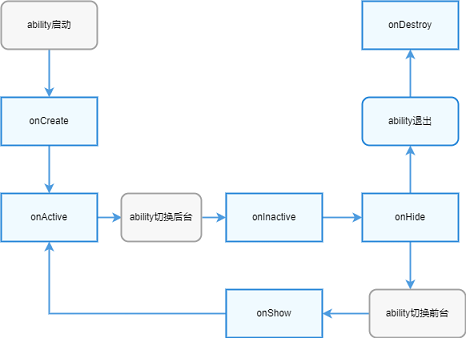
Earlier version of the draw.io export zh-cn/application-dev/ability/figures/fa-pageAbility-lifecycle.png (openharmony/docs). Source tidied: cells renumbered, new cells last; positions are measured from the earlier drawing's top-left corner, leaving out a move shared by most shapes. Its diagram source:
```xml
<mxGraphModel>
  <root>
    <mxCell id="0" />
    <mxCell id="1" parent="0" />
    <mxCell id="2" style="edgeStyle=orthogonalEdgeStyle;rounded=0;jettySize=auto;html=1;strokeWidth=2;strokeColor=#509de0;" parent="1" edge="1" source="3" target="12">
      <mxGeometry relative="1" as="geometry" />
    </mxCell>
    <mxCell id="3" value="onCreate" style="rounded=0;whiteSpace=wrap;html=1;strokeWidth=2;fillColor=#f0faff;strokeColor=#2787d9;" parent="1" vertex="1">
      <mxGeometry y="120" width="120" height="60" as="geometry" />
    </mxCell>
    <mxCell id="4" style="edgeStyle=orthogonalEdgeStyle;rounded=0;jettySize=auto;html=1;entryX=0.5;entryY=1;entryDx=0;entryDy=0;strokeWidth=2;strokeColor=#509de0;" parent="1" edge="1" source="5" target="12">
      <mxGeometry relative="1" as="geometry" />
    </mxCell>
    <mxCell id="5" value="onShow" style="rounded=0;whiteSpace=wrap;html=1;strokeWidth=2;fillColor=#f0faff;strokeColor=#2787d9;" parent="1" vertex="1">
      <mxGeometry x="281" y="360" width="120" height="60" as="geometry" />
    </mxCell>
    <mxCell id="6" style="edgeStyle=orthogonalEdgeStyle;rounded=0;jettySize=auto;html=1;strokeWidth=2;strokeColor=#509de0;" parent="1" edge="1" source="8">
      <mxGeometry relative="1" as="geometry">
        <mxPoint x="511" y="180" as="targetPoint" />
      </mxGeometry>
    </mxCell>
    <mxCell id="7" style="edgeStyle=orthogonalEdgeStyle;rounded=0;jettySize=auto;html=1;strokeWidth=2;strokeColor=#509de0;" parent="1" edge="1" source="8">
      <mxGeometry relative="1" as="geometry">
        <mxPoint x="511" y="360" as="targetPoint" />
      </mxGeometry>
    </mxCell>
    <mxCell id="8" value="onHide" style="rounded=0;whiteSpace=wrap;html=1;strokeWidth=2;fillColor=#f0faff;strokeColor=#2787d9;" parent="1" vertex="1">
      <mxGeometry x="451" y="240" width="120" height="60" as="geometry" />
    </mxCell>
    <mxCell id="9" style="edgeStyle=orthogonalEdgeStyle;rounded=0;jettySize=auto;html=1;strokeWidth=2;strokeColor=#509de0;" parent="1" edge="1" source="10" target="8">
      <mxGeometry relative="1" as="geometry" />
    </mxCell>
    <mxCell id="10" value="onInactive" style="rounded=0;whiteSpace=wrap;html=1;strokeWidth=2;fillColor=#f0faff;strokeColor=#2787d9;" parent="1" vertex="1">
      <mxGeometry x="281" y="240" width="120" height="60" as="geometry" />
    </mxCell>
    <mxCell id="11" style="edgeStyle=orthogonalEdgeStyle;rounded=0;jettySize=auto;html=1;strokeWidth=2;strokeColor=#509de0;" parent="1" edge="1" source="12">
      <mxGeometry relative="1" as="geometry">
        <mxPoint x="151" y="270" as="targetPoint" />
      </mxGeometry>
    </mxCell>
    <mxCell id="12" value="onActive" style="rounded=0;whiteSpace=wrap;html=1;strokeWidth=2;fillColor=#f0faff;strokeColor=#2787d9;" parent="1" vertex="1">
      <mxGeometry y="240" width="120" height="60" as="geometry" />
    </mxCell>
    <mxCell id="13" style="edgeStyle=orthogonalEdgeStyle;rounded=0;jettySize=auto;html=1;strokeWidth=2;strokeColor=#509de0;" parent="1" edge="1" target="3">
      <mxGeometry relative="1" as="geometry">
        <mxPoint x="60" y="60" as="sourcePoint" />
      </mxGeometry>
    </mxCell>
    <mxCell id="14" style="edgeStyle=orthogonalEdgeStyle;rounded=0;jettySize=auto;html=1;strokeWidth=2;strokeColor=#509de0;" parent="1" edge="1" target="10">
      <mxGeometry relative="1" as="geometry">
        <mxPoint x="251" y="270" as="sourcePoint" />
      </mxGeometry>
    </mxCell>
    <mxCell id="15" style="edgeStyle=orthogonalEdgeStyle;rounded=0;orthogonalLoop=1;jettySize=auto;html=1;strokeWidth=2;strokeColor=#509de0;" parent="1" edge="1">
      <mxGeometry relative="1" as="geometry">
        <mxPoint x="511" y="120" as="sourcePoint" />
        <mxPoint x="511" y="60" as="targetPoint" />
      </mxGeometry>
    </mxCell>
    <mxCell id="16" style="edgeStyle=orthogonalEdgeStyle;rounded=0;jettySize=auto;html=1;strokeWidth=2;strokeColor=#509de0;" parent="1" edge="1" target="5">
      <mxGeometry relative="1" as="geometry">
        <mxPoint x="461" y="390" as="sourcePoint" />
      </mxGeometry>
    </mxCell>
    <mxCell id="17" value="&lt;span&gt;ability启动&lt;/span&gt;" style="rounded=1;whiteSpace=wrap;html=1;fillColor=#f7f7f7;strokeWidth=2;strokeColor=#a3a3a3;" parent="1" vertex="1">
      <mxGeometry width="120" height="60" as="geometry" />
    </mxCell>
    <mxCell id="18" value="&lt;span&gt;ability退出&lt;/span&gt;" style="rounded=1;whiteSpace=wrap;html=1;strokeWidth=2;fillColor=#f0faff;strokeColor=#2787d9;" parent="1" vertex="1">
      <mxGeometry x="451" y="120" width="120" height="60" as="geometry" />
    </mxCell>
    <mxCell id="19" value="&lt;span&gt;ability切换后台&lt;/span&gt;" style="rounded=1;whiteSpace=wrap;html=1;fillColor=#f7f7f7;strokeWidth=2;strokeColor=#a3a3a3;" parent="1" vertex="1">
      <mxGeometry x="150" y="240" width="100" height="60" as="geometry" />
    </mxCell>
    <mxCell id="20" value="&lt;span&gt;ability切换前台&lt;/span&gt;" style="rounded=1;whiteSpace=wrap;html=1;fillColor=#f7f7f7;strokeWidth=2;strokeColor=#a3a3a3;" parent="1" vertex="1">
      <mxGeometry x="460" y="360" width="120" height="60" as="geometry" />
    </mxCell>
    <mxCell id="21" value="onDestroy" style="rounded=0;whiteSpace=wrap;html=1;strokeWidth=2;fillColor=#f0faff;strokeColor=#2787d9;" parent="1" vertex="1">
      <mxGeometry x="451" width="120" height="60" as="geometry" />
    </mxCell>
  </root>
</mxGraphModel>
```
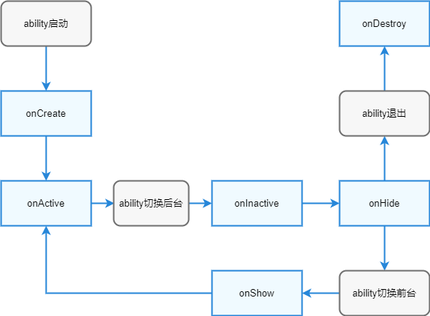
Later version of the same file.

Commit message:
IssueNo: #I4YTL0 Description: fix pageAbility lifecycle instruction Sig: SIG_ApplicationFramework Feature or Bugfix: Feature Binary Source: No Signed-off-by: guyuanzhang <zhangguyuan@huawei.com>

Change to the diagram source:
```diff
@@ -2,80 +2,75 @@
   <root>
     <mxCell id="0" />
     <mxCell id="1" parent="0" />
-    <mxCell id="2" style="edgeStyle=orthogonalEdgeStyle;rounded=0;jettySize=auto;html=1;strokeWidth=2;strokeColor=#509de0;" parent="1" edge="1" source="3" target="12">
+    <mxCell id="2" style="edgeStyle=orthogonalEdgeStyle;rounded=0;jettySize=auto;html=1;strokeWidth=2;strokeColor=#2787d9;fontSize=13;" parent="1" edge="1" source="3" target="12">
       <mxGeometry relative="1" as="geometry" />
     </mxCell>
-    <mxCell id="3" value="onCreate" style="rounded=0;whiteSpace=wrap;html=1;strokeWidth=2;fillColor=#f0faff;strokeColor=#2787d9;" parent="1" vertex="1">
+    <mxCell id="3" value="onCreate" style="rounded=0;whiteSpace=wrap;html=1;strokeWidth=2;fillColor=#f0faff;strokeColor=#2787d9;fontSize=13;" parent="1" vertex="1">
       <mxGeometry y="120" width="120" height="60" as="geometry" />
     </mxCell>
-    <mxCell id="4" style="edgeStyle=orthogonalEdgeStyle;rounded=0;jettySize=auto;html=1;entryX=0.5;entryY=1;entryDx=0;entryDy=0;strokeWidth=2;strokeColor=#509de0;" parent="1" edge="1" source="5" target="12">
+    <mxCell id="4" style="edgeStyle=orthogonalEdgeStyle;rounded=0;jettySize=auto;html=1;entryX=0.5;entryY=1;entryDx=0;entryDy=0;strokeWidth=2;strokeColor=#2787d9;fontSize=13;" parent="1" edge="1" source="5" target="12">
       <mxGeometry relative="1" as="geometry" />
     </mxCell>
-    <mxCell id="5" value="onShow" style="rounded=0;whiteSpace=wrap;html=1;strokeWidth=2;fillColor=#f0faff;strokeColor=#2787d9;" parent="1" vertex="1">
+    <mxCell id="5" value="onShow" style="rounded=0;whiteSpace=wrap;html=1;strokeWidth=2;fillColor=#f0faff;strokeColor=#2787d9;fontSize=13;" parent="1" vertex="1">
       <mxGeometry x="281" y="360" width="120" height="60" as="geometry" />
     </mxCell>
-    <mxCell id="6" style="edgeStyle=orthogonalEdgeStyle;rounded=0;jettySize=auto;html=1;strokeWidth=2;strokeColor=#509de0;" parent="1" edge="1" source="8">
+    <mxCell id="6" style="edgeStyle=orthogonalEdgeStyle;rounded=0;jettySize=auto;html=1;strokeWidth=2;strokeColor=#2787d9;fontSize=13;" parent="1" edge="1" source="8">
       <mxGeometry relative="1" as="geometry">
         <mxPoint x="511" y="180" as="targetPoint" />
       </mxGeometry>
     </mxCell>
-    <mxCell id="7" style="edgeStyle=orthogonalEdgeStyle;rounded=0;jettySize=auto;html=1;strokeWidth=2;strokeColor=#509de0;" parent="1" edge="1" source="8">
+    <mxCell id="7" style="edgeStyle=orthogonalEdgeStyle;rounded=0;jettySize=auto;html=1;strokeWidth=2;strokeColor=#2787d9;fontSize=13;" parent="1" edge="1" source="8">
       <mxGeometry relative="1" as="geometry">
         <mxPoint x="511" y="360" as="targetPoint" />
       </mxGeometry>
     </mxCell>
-    <mxCell id="8" value="onHide" style="rounded=0;whiteSpace=wrap;html=1;strokeWidth=2;fillColor=#f0faff;strokeColor=#2787d9;" parent="1" vertex="1">
+    <mxCell id="8" value="onHide" style="rounded=0;whiteSpace=wrap;html=1;strokeWidth=2;fillColor=#f0faff;strokeColor=#2787d9;fontSize=13;" parent="1" vertex="1">
       <mxGeometry x="451" y="240" width="120" height="60" as="geometry" />
     </mxCell>
+    <mxCell id="21" value="onDestroy" style="rounded=0;whiteSpace=wrap;html=1;strokeWidth=2;fillColor=#f0faff;strokeColor=#2787d9;fontSize=13;" parent="1" vertex="1">
+      <mxGeometry x="451" width="120" height="60" as="geometry" />
+    </mxCell>
-    <mxCell id="9" style="edgeStyle=orthogonalEdgeStyle;rounded=0;jettySize=auto;html=1;strokeWidth=2;strokeColor=#509de0;" parent="1" edge="1" source="10" target="8">
+    <mxCell id="9" style="edgeStyle=orthogonalEdgeStyle;rounded=0;jettySize=auto;html=1;strokeWidth=2;strokeColor=#2787d9;fontSize=13;" parent="1" edge="1" source="10" target="8">
       <mxGeometry relative="1" as="geometry" />
     </mxCell>
-    <mxCell id="10" value="onInactive" style="rounded=0;whiteSpace=wrap;html=1;strokeWidth=2;fillColor=#f0faff;strokeColor=#2787d9;" parent="1" vertex="1">
+    <mxCell id="10" value="onInactive" style="rounded=0;whiteSpace=wrap;html=1;strokeWidth=2;fillColor=#f0faff;strokeColor=#2787d9;fontSize=13;" parent="1" vertex="1">
       <mxGeometry x="281" y="240" width="120" height="60" as="geometry" />
     </mxCell>
-    <mxCell id="11" style="edgeStyle=orthogonalEdgeStyle;rounded=0;jettySize=auto;html=1;strokeWidth=2;strokeColor=#509de0;" parent="1" edge="1" source="12">
+    <mxCell id="11" style="edgeStyle=orthogonalEdgeStyle;rounded=0;jettySize=auto;html=1;strokeWidth=2;strokeColor=#2787d9;fontSize=13;" parent="1" edge="1" source="12">
       <mxGeometry relative="1" as="geometry">
         <mxPoint x="151" y="270" as="targetPoint" />
       </mxGeometry>
     </mxCell>
-    <mxCell id="12" value="onActive" style="rounded=0;whiteSpace=wrap;html=1;strokeWidth=2;fillColor=#f0faff;strokeColor=#2787d9;" parent="1" vertex="1">
+    <mxCell id="12" value="onActive" style="rounded=0;whiteSpace=wrap;html=1;strokeWidth=2;fillColor=#f0faff;strokeColor=#2787d9;fontSize=13;" parent="1" vertex="1">
       <mxGeometry y="240" width="120" height="60" as="geometry" />
     </mxCell>
-    <mxCell id="13" style="edgeStyle=orthogonalEdgeStyle;rounded=0;jettySize=auto;html=1;strokeWidth=2;strokeColor=#509de0;" parent="1" edge="1" target="3">
+    <mxCell id="13" style="edgeStyle=orthogonalEdgeStyle;rounded=0;jettySize=auto;html=1;strokeWidth=2;strokeColor=#2787d9;fontSize=13;" parent="1" edge="1" target="3">
       <mxGeometry relative="1" as="geometry">
         <mxPoint x="60" y="60" as="sourcePoint" />
       </mxGeometry>
     </mxCell>
-    <mxCell id="14" style="edgeStyle=orthogonalEdgeStyle;rounded=0;jettySize=auto;html=1;strokeWidth=2;strokeColor=#509de0;" parent="1" edge="1" target="10">
-      <mxGeometry relative="1" as="geometry">
-        <mxPoint x="251" y="270" as="sourcePoint" />
-      </mxGeometry>
-    </mxCell>
-    <mxCell id="15" style="edgeStyle=orthogonalEdgeStyle;rounded=0;orthogonalLoop=1;jettySize=auto;html=1;strokeWidth=2;strokeColor=#509de0;" parent="1" edge="1">
+    <mxCell id="15" style="edgeStyle=orthogonalEdgeStyle;rounded=0;jettySize=auto;html=1;strokeWidth=2;strokeColor=#2787d9;fontSize=13;" parent="1" edge="1" target="21">
       <mxGeometry relative="1" as="geometry">
         <mxPoint x="511" y="120" as="sourcePoint" />
-        <mxPoint x="511" y="60" as="targetPoint" />
       </mxGeometry>
     </mxCell>
-    <mxCell id="16" style="edgeStyle=orthogonalEdgeStyle;rounded=0;jettySize=auto;html=1;strokeWidth=2;strokeColor=#509de0;" parent="1" edge="1" target="5">
-      <mxGeometry relative="1" as="geometry">
-        <mxPoint x="461" y="390" as="sourcePoint" />
-      </mxGeometry>
-    </mxCell>
-    <mxCell id="17" value="&lt;span&gt;ability启动&lt;/span&gt;" style="rounded=1;whiteSpace=wrap;html=1;fillColor=#f7f7f7;strokeWidth=2;strokeColor=#a3a3a3;" parent="1" vertex="1">
+    <mxCell id="17" value="&lt;span style=&quot;font-size: 13px;&quot;&gt;ability启动&lt;/span&gt;" style="rounded=1;whiteSpace=wrap;html=1;strokeWidth=2;fillColor=#f7f7f7;strokeColor=#707070;fontSize=13;" parent="1" vertex="1">
       <mxGeometry width="120" height="60" as="geometry" />
     </mxCell>
+    <mxCell id="22" style="edgeStyle=orthogonalEdgeStyle;rounded=0;jettySize=auto;html=1;strokeWidth=2;strokeColor=#2787d9;fontSize=13;" parent="1" edge="1" source="19" target="10">
+      <mxGeometry relative="1" as="geometry" />
+    </mxCell>
+    <mxCell id="19" value="ability切换后台" style="rounded=1;whiteSpace=wrap;html=1;strokeWidth=2;fillColor=#f7f7f7;strokeColor=#707070;fontSize=13;" parent="1" vertex="1">
+      <mxGeometry x="150" y="240" width="100" height="60" as="geometry" />
+    </mxCell>
-    <mxCell id="18" value="&lt;span&gt;ability退出&lt;/span&gt;" style="rounded=1;whiteSpace=wrap;html=1;strokeWidth=2;fillColor=#f0faff;strokeColor=#2787d9;" parent="1" vertex="1">
+    <mxCell id="18" value="ability退出" style="rounded=1;whiteSpace=wrap;html=1;strokeWidth=2;fillColor=#f7f7f7;strokeColor=#707070;fontSize=13;" parent="1" vertex="1">
       <mxGeometry x="451" y="120" width="120" height="60" as="geometry" />
     </mxCell>
-    <mxCell id="19" value="&lt;span&gt;ability切换后台&lt;/span&gt;" style="rounded=1;whiteSpace=wrap;html=1;fillColor=#f7f7f7;strokeWidth=2;strokeColor=#a3a3a3;" parent="1" vertex="1">
-      <mxGeometry x="150" y="240" width="100" height="60" as="geometry" />
-    </mxCell>
+    <mxCell id="23" style="edgeStyle=orthogonalEdgeStyle;rounded=0;jettySize=auto;html=1;strokeWidth=2;strokeColor=#2787d9;fontSize=13;" parent="1" edge="1" source="20" target="5">
+      <mxGeometry relative="1" as="geometry" />
+    </mxCell>
-    <mxCell id="20" value="&lt;span&gt;ability切换前台&lt;/span&gt;" style="rounded=1;whiteSpace=wrap;html=1;fillColor=#f7f7f7;strokeWidth=2;strokeColor=#a3a3a3;" parent="1" vertex="1">
-      <mxGeometry x="460" y="360" width="120" height="60" as="geometry" />
+    <mxCell id="20" value="&lt;span style=&quot;font-size: 13px&quot;&gt;ability切换前台&lt;/span&gt;" style="rounded=1;whiteSpace=wrap;html=1;strokeWidth=2;fillColor=#f7f7f7;strokeColor=#707070;fontSize=13;" parent="1" vertex="1">
+      <mxGeometry x="451" y="360" width="120" height="60" as="geometry" />
     </mxCell>
-    <mxCell id="21" value="onDestroy" style="rounded=0;whiteSpace=wrap;html=1;strokeWidth=2;fillColor=#f0faff;strokeColor=#2787d9;" parent="1" vertex="1">
-      <mxGeometry x="451" width="120" height="60" as="geometry" />
-    </mxCell>
   </root>
 </mxGraphModel>
```
